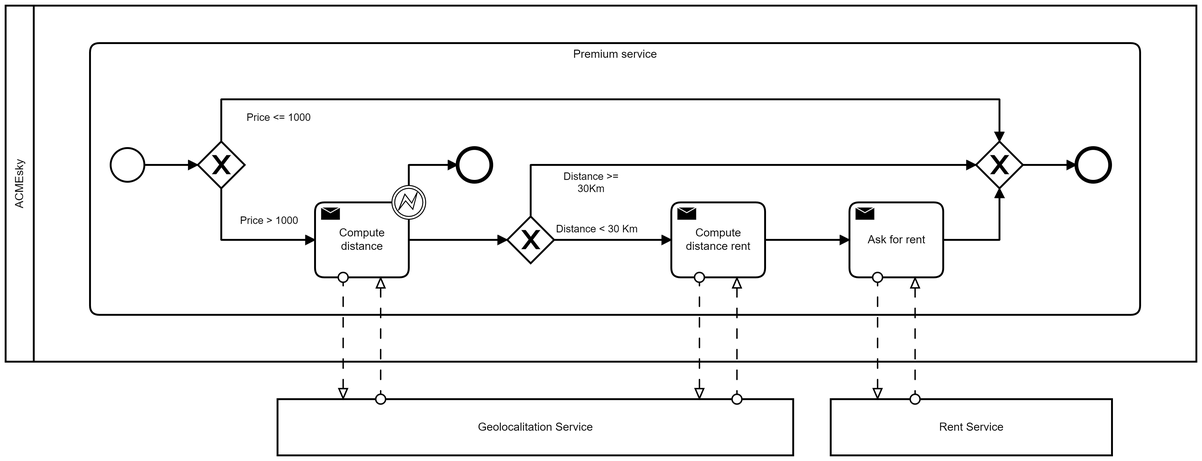
The BPMN diagram docs/bpmn/img/PremiumService.png in Vallasc/ACMEsky, before a commit. Its source is kept beside it as docs/bpmn/diagrams/PremiumService.bpmn. Ids are renumbered.
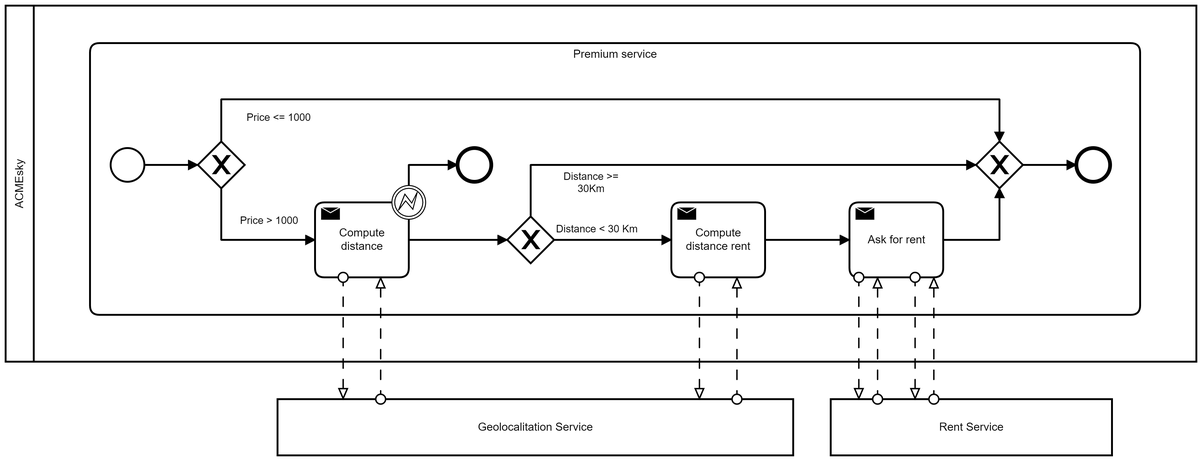
The same diagram one commit later.

Change to the diagram source:
```diff
@@ -9,6 +9,8 @@
     <bpmn:messageFlow id="Flow_n12" sourceRef="Participant_n5" targetRef="Activity_n11" />
     <bpmn:messageFlow id="Flow_n13" sourceRef="Activity_n14" targetRef="Participant_n6" />
     <bpmn:messageFlow id="Flow_n15" sourceRef="Participant_n6" targetRef="Activity_n14" />
+    <bpmn:messageFlow id="Flow_n36" sourceRef="Activity_n14" targetRef="Participant_n6" />
+    <bpmn:messageFlow id="Flow_n37" sourceRef="Participant_n6" targetRef="Activity_n14" />
   </bpmn:collaboration>
   <bpmn:process id="Process_n4" isExecutable="true">
     <bpmn:subProcess id="Activity_n16" name="Premium service">
@@ -82,41 +84,18 @@
       <bpmndi:BPMNShape id="Activity_n16_di" bpmnElement="Activity_n16" isExpanded="true">
         <dc:Bounds x="250" y="120" width="1120" height="290" />
       </bpmndi:BPMNShape>
-      <bpmndi:BPMNEdge id="Flow_n27_di" bpmnElement="Flow_n27">
-        <di:waypoint x="590" y="272" />
-        <di:waypoint x="590" y="250" />
-        <di:waypoint x="642" y="250" />
+      <bpmndi:BPMNEdge id="Flow_n32_di" bpmnElement="Flow_n32">
+        <di:waypoint x="1160" y="330" />
+        <di:waypoint x="1220" y="330" />
+        <di:waypoint x="1220" y="275" />
       </bpmndi:BPMNEdge>
-      <bpmndi:BPMNEdge id="Flow_n19_di" bpmnElement="Flow_n19">
-        <di:waypoint x="390" y="275" />
-        <di:waypoint x="390" y="330" />
-        <di:waypoint x="490" y="330" />
-        <bpmndi:BPMNLabel>
-          <dc:Bounds x="410" y="303" width="63" height="14" />
-        </bpmndi:BPMNLabel>
+      <bpmndi:BPMNEdge id="Flow_n30_di" bpmnElement="Flow_n30">
+        <di:waypoint x="1245" y="250" />
+        <di:waypoint x="1302" y="250" />
       </bpmndi:BPMNEdge>
-      <bpmndi:BPMNEdge id="Flow_n20_di" bpmnElement="Flow_n20">
-        <di:waypoint x="590" y="330" />
-        <di:waypoint x="695" y="330" />
-      </bpmndi:BPMNEdge>
-      <bpmndi:BPMNEdge id="Flow_n24_di" bpmnElement="Flow_n24">
-        <di:waypoint x="745" y="330" />
-        <di:waypoint x="870" y="330" />
-        <bpmndi:BPMNLabel>
-          <dc:Bounds x="747" y="312" width="88" height="14" />
-        </bpmndi:BPMNLabel>
-      </bpmndi:BPMNEdge>
-      <bpmndi:BPMNEdge id="Flow_n18_di" bpmnElement="Flow_n18">
-        <di:waypoint x="308" y="250" />
-        <di:waypoint x="365" y="250" />
-      </bpmndi:BPMNEdge>
-      <bpmndi:BPMNEdge id="Flow_n25_di" bpmnElement="Flow_n25">
-        <di:waypoint x="720" y="305" />
-        <di:waypoint x="720" y="250" />
-        <di:waypoint x="1195" y="250" />
-        <bpmndi:BPMNLabel>
-          <dc:Bounds x="755" y="256" width="59" height="27" />
-        </bpmndi:BPMNLabel>
+      <bpmndi:BPMNEdge id="Flow_n28_di" bpmnElement="Flow_n28">
+        <di:waypoint x="970" y="330" />
+        <di:waypoint x="1060" y="330" />
       </bpmndi:BPMNEdge>
       <bpmndi:BPMNEdge id="Flow_n22_di" bpmnElement="Flow_n22">
         <di:waypoint x="390" y="225" />
@@ -127,18 +106,41 @@
           <dc:Bounds x="417" y="193" width="69" height="14" />
         </bpmndi:BPMNLabel>
       </bpmndi:BPMNEdge>
-      <bpmndi:BPMNEdge id="Flow_n28_di" bpmnElement="Flow_n28">
-        <di:waypoint x="970" y="330" />
-        <di:waypoint x="1060" y="330" />
+      <bpmndi:BPMNEdge id="Flow_n25_di" bpmnElement="Flow_n25">
+        <di:waypoint x="720" y="305" />
+        <di:waypoint x="720" y="250" />
+        <di:waypoint x="1195" y="250" />
+        <bpmndi:BPMNLabel>
+          <dc:Bounds x="755" y="256" width="59" height="27" />
+        </bpmndi:BPMNLabel>
       </bpmndi:BPMNEdge>
-      <bpmndi:BPMNEdge id="Flow_n30_di" bpmnElement="Flow_n30">
-        <di:waypoint x="1245" y="250" />
-        <di:waypoint x="1302" y="250" />
+      <bpmndi:BPMNEdge id="Flow_n18_di" bpmnElement="Flow_n18">
+        <di:waypoint x="308" y="250" />
+        <di:waypoint x="365" y="250" />
       </bpmndi:BPMNEdge>
-      <bpmndi:BPMNEdge id="Flow_n32_di" bpmnElement="Flow_n32">
-        <di:waypoint x="1160" y="330" />
-        <di:waypoint x="1220" y="330" />
-        <di:waypoint x="1220" y="275" />
+      <bpmndi:BPMNEdge id="Flow_n24_di" bpmnElement="Flow_n24">
+        <di:waypoint x="745" y="330" />
+        <di:waypoint x="870" y="330" />
+        <bpmndi:BPMNLabel>
+          <dc:Bounds x="747" y="312" width="88" height="14" />
+        </bpmndi:BPMNLabel>
+      </bpmndi:BPMNEdge>
+      <bpmndi:BPMNEdge id="Flow_n20_di" bpmnElement="Flow_n20">
+        <di:waypoint x="590" y="330" />
+        <di:waypoint x="695" y="330" />
+      </bpmndi:BPMNEdge>
+      <bpmndi:BPMNEdge id="Flow_n19_di" bpmnElement="Flow_n19">
+        <di:waypoint x="390" y="275" />
+        <di:waypoint x="390" y="330" />
+        <di:waypoint x="490" y="330" />
+        <bpmndi:BPMNLabel>
+          <dc:Bounds x="410" y="303" width="63" height="14" />
+        </bpmndi:BPMNLabel>
+      </bpmndi:BPMNEdge>
+      <bpmndi:BPMNEdge id="Flow_n27_di" bpmnElement="Flow_n27">
+        <di:waypoint x="590" y="272" />
+        <di:waypoint x="590" y="250" />
+        <di:waypoint x="642" y="250" />
       </bpmndi:BPMNEdge>
       <bpmndi:BPMNShape id="Event_n17_di" bpmnElement="Event_n17">
         <dc:Bounds x="272" y="232" width="36" height="36" />
@@ -170,11 +172,11 @@
       <bpmndi:BPMNShape id="Event_n33_di" bpmnElement="Event_n33">
         <dc:Bounds x="572" y="272" width="36" height="36" />
       </bpmndi:BPMNShape>
+      <bpmndi:BPMNShape id="Participant_1c4guxl_di" bpmnElement="Participant_n5" isHorizontal="true">
+        <dc:Bounds x="450" y="500" width="550" height="60" />
+      </bpmndi:BPMNShape>
       <bpmndi:BPMNShape id="Participant_1i8qr2v_di" bpmnElement="Participant_n6" isHorizontal="true">
         <dc:Bounds x="1040" y="500" width="300" height="60" />
-      </bpmndi:BPMNShape>
-      <bpmndi:BPMNShape id="Participant_1c4guxl_di" bpmnElement="Participant_n5" isHorizontal="true">
-        <dc:Bounds x="450" y="500" width="550" height="60" />
       </bpmndi:BPMNShape>
       <bpmndi:BPMNEdge id="Flow_n7_di" bpmnElement="Flow_n7">
         <di:waypoint x="900" y="370" />
@@ -193,12 +195,20 @@
         <di:waypoint x="560" y="370" />
       </bpmndi:BPMNEdge>
       <bpmndi:BPMNEdge id="Flow_n13_di" bpmnElement="Flow_n13">
-        <di:waypoint x="1090" y="370" />
-        <di:waypoint x="1090" y="500" />
+        <di:waypoint x="1130" y="370" />
+        <di:waypoint x="1130" y="500" />
       </bpmndi:BPMNEdge>
       <bpmndi:BPMNEdge id="Flow_n15_di" bpmnElement="Flow_n15">
-        <di:waypoint x="1130" y="500" />
-        <di:waypoint x="1130" y="370" />
+        <di:waypoint x="1150" y="500" />
+        <di:waypoint x="1150" y="370" />
+      </bpmndi:BPMNEdge>
+      <bpmndi:BPMNEdge id="Flow_n36_di" bpmnElement="Flow_n36">
+        <di:waypoint x="1070" y="370" />
+        <di:waypoint x="1070" y="500" />
+      </bpmndi:BPMNEdge>
+      <bpmndi:BPMNEdge id="Flow_n37_di" bpmnElement="Flow_n37">
+        <di:waypoint x="1090" y="500" />
+        <di:waypoint x="1090" y="370" />
       </bpmndi:BPMNEdge>
     </bpmndi:BPMNPlane>
   </bpmndi:BPMNDiagram>
```
